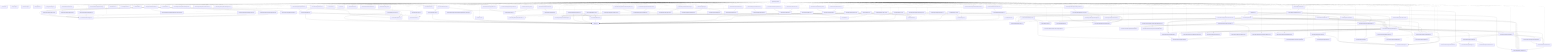
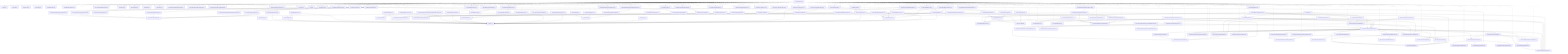
graph TD
  package__ankhorage_studio["@ankhorage/studio"]
  entrypoint_src_index_ts["src/index.ts"]
  package__ankhorage_studio --> entrypoint_src_index_ts
  module_knip_config_ts["knip.config.ts"]
  package__ankhorage_studio -.-> module_knip_config_ts
  module_paradox_config_ts["paradox.config.ts"]
  package__ankhorage_studio -.-> module_paradox_config_ts
  module_src_app_index_ts["src/app/index.ts"]
  package__ankhorage_studio -.-> module_src_app_index_ts
  module_src_app_StudioApp_tsx["src/app/StudioApp.tsx"]
  package__ankhorage_studio -.-> module_src_app_StudioApp_tsx
  module_src_app_StudioDashboard_tsx["src/app/StudioDashboard.tsx"]
  package__ankhorage_studio -.-> module_src_app_StudioDashboard_tsx
  module_src_app_StudioDashboard_tsx --> module_src_hooks_useProjects_ts
  module_src_app_StudioDashboard_tsx --> module_src_hooks_useTemplateSummaries_ts
  module_src_app_StudioDashboard_tsx --> module_src_modules_dashboard_platform_ts
  module_src_app_StudioDashboard_tsx --> module_src_modules_dashboard_search_ts
  module_src_app_StudioDashboard_tsx --> module_src_modules_dashboard_templates_ts
  module_src_app_StudioDashboard_tsx --> module_src_modules_dashboard_types_ts
  module_src_app_StudioDashboard_tsx --> module_src_modules_dashboard_ui_DashboardSectionHeader_tsx
  module_src_app_StudioDashboard_tsx --> module_src_modules_dashboard_ui_ProjectCard_tsx
  module_src_app_StudioDashboard_tsx --> module_src_modules_dashboard_ui_TemplateCard_tsx
  module_src_authFlowContract_test_ts["src/authFlowContract.test.ts"]
  package__ankhorage_studio -.-> module_src_authFlowContract_test_ts
  module_src_canvasDragModel_public_test_ts["src/canvasDragModel.public.test.ts"]
  package__ankhorage_studio -.-> module_src_canvasDragModel_public_test_ts
  module_src_canvasDragModel_public_test_ts --> module_src_canvasDragModel_ts
  module_src_canvasDragModel_public_test_ts --> module_src_canvasDropZones_ts
  module_src_canvasDragModel_test_ts["src/canvasDragModel.test.ts"]
  package__ankhorage_studio -.-> module_src_canvasDragModel_test_ts
  module_src_canvasDragModel_test_ts --> module_src_canvasDragModel_ts
  module_src_canvasDragModel_test_ts --> module_src_canvasDropZones_ts
  module_src_canvasDragModel_ts["src/canvasDragModel.ts"]
  package__ankhorage_studio -.-> module_src_canvasDragModel_ts
  module_src_canvasDragModel_ts --> module_src_canvasDropZones_ts
  module_src_canvasDragModel_ts --> module_src_index_ts
  module_src_canvasDropZones_test_ts["src/canvasDropZones.test.ts"]
  package__ankhorage_studio -.-> module_src_canvasDropZones_test_ts
  module_src_canvasDropZones_test_ts --> module_src_canvasDropZones_ts
  module_src_canvasDropZones_test_ts --> module_src_index_ts
  module_src_canvasDropZones_ts["src/canvasDropZones.ts"]
  package__ankhorage_studio -.-> module_src_canvasDropZones_ts
  module_src_canvasDropZones_ts --> module_src_index_ts
  module_src_cli_index_ts["src/cli/index.ts"]
  package__ankhorage_studio -.-> module_src_cli_index_ts
  module_src_cli_index_ts --> module_src_host_createStudioHost_ts
  module_src_cli_index_ts --> module_src_host_http_server_ts
  module_src_cli_index_ts --> module_src_host_templateRegistry_index_ts
  module_src_cli_index_ts --> module_src_host_utils_workspaceRoot_ts
  module_src_core_constants_ts["src/core/constants.ts"]
  package__ankhorage_studio -.-> module_src_core_constants_ts
  module_src_core_StudioContext_ts["src/core/StudioContext.ts"]
  package__ankhorage_studio -.-> module_src_core_StudioContext_ts
  module_src_core_StudioContext_ts --> module_src_index_ts
  module_src_core_studioPackageBoundary_ts["src/core/studioPackageBoundary.ts"]
  package__ankhorage_studio -.-> module_src_core_studioPackageBoundary_ts
  module_src_core_StudioProvider_ts["src/core/StudioProvider.ts"]
  package__ankhorage_studio -.-> module_src_core_StudioProvider_ts
  module_src_core_StudioProvider_ts --> module_src_core_StudioContext_ts
  module_src_core_StudioProvider_ts --> module_src_index_ts
  module_src_dnd_index_ts["src/dnd/index.ts"]
  package__ankhorage_studio -.-> module_src_dnd_index_ts
  module_src_dnd_primitives_ts["src/dnd/primitives.ts"]
  package__ankhorage_studio -.-> module_src_dnd_primitives_ts
  module_src_dnd_state_ts["src/dnd/state.ts"]
  package__ankhorage_studio -.-> module_src_dnd_state_ts
  module_src_hooks_useProjects_ts["src/hooks/useProjects.ts"]
  package__ankhorage_studio -.-> module_src_hooks_useProjects_ts
  module_src_hooks_useProjects_ts --> module_src_core_constants_ts
  module_src_hooks_useTemplateSummaries_ts["src/hooks/useTemplateSummaries.ts"]
  package__ankhorage_studio -.-> module_src_hooks_useTemplateSummaries_ts
  module_src_hooks_useTemplateSummaries_ts --> module_src_core_constants_ts
  module_src_hooks_useTemplateSummaries_ts --> module_src_modules_dashboard_types_ts
  module_src_host_createStudioHost_ts["src/host/createStudioHost.ts"]
  package__ankhorage_studio -.-> module_src_host_createStudioHost_ts
  module_src_host_createStudioHost_ts --> module_src_host_orchestrator_infraRuntime_ts
  module_src_host_createStudioHost_ts --> module_src_host_orchestrator_moduleManager_ts
  module_src_host_createStudioHost_ts --> module_src_host_orchestrator_projectManager_ts
  module_src_host_hostLifecycle_smoke_test_ts["src/host/hostLifecycle.smoke.test.ts"]
  package__ankhorage_studio -.-> module_src_host_hostLifecycle_smoke_test_ts
  module_src_host_hostLifecycle_smoke_test_ts --> module_src_host_orchestrator_moduleManager_ts
  module_src_host_hostLifecycle_smoke_test_ts --> module_src_host_orchestrator_projectManager_ts
  module_src_host_hostLifecycle_smoke_test_ts --> module_src_host_templateRegistry_index_ts
  module_src_host_hostOwnership_test_ts["src/host/hostOwnership.test.ts"]
  package__ankhorage_studio -.-> module_src_host_hostOwnership_test_ts
  module_src_host_hostOwnership_test_ts --> module_src_host_http_security_ts
  module_src_host_hostOwnership_test_ts --> module_src_host_orchestrator_projectPaths_ts
  module_src_host_hostOwnership_test_ts --> module_src_host_utils_workspaceRoot_ts
  module_src_host_http_secretRoutes_ts["src/host/http/secretRoutes.ts"]
  package__ankhorage_studio -.-> module_src_host_http_secretRoutes_ts
  module_src_host_http_secretRoutes_ts --> module_src_host_orchestrator_projectManager_ts
  module_src_host_http_secretRoutes_ts --> module_src_host_secrets_projectSecretService_ts
  module_src_host_http_security_ts["src/host/http/security.ts"]
  package__ankhorage_studio -.-> module_src_host_http_security_ts
  module_src_host_http_server_ts["src/host/http/server.ts"]
  package__ankhorage_studio -.-> module_src_host_http_server_ts
  module_src_host_http_server_ts --> module_src_host_http_security_ts
  module_src_host_http_server_ts --> module_src_host_orchestrator_infraRuntime_ts
  module_src_host_http_server_ts --> module_src_host_orchestrator_moduleManager_ts
  module_src_host_http_server_ts --> module_src_host_orchestrator_projectManager_ts
  module_src_host_http_server_ts --> module_src_host_orchestrator_resolveMutations_ts
  module_src_host_http_server_ts --> module_src_host_templateRegistry_index_ts
  module_src_host_http_server_ts --> module_src_host_utils_trimOutput_ts
  module_src_host_http_server_ts --> module_src_host_utils_workspaceRoot_ts
  module_src_host_http_serverWithSecrets_ts["src/host/http/serverWithSecrets.ts"]
  package__ankhorage_studio -.-> module_src_host_http_serverWithSecrets_ts
  module_src_host_http_serverWithSecrets_ts --> module_src_host_http_secretRoutes_ts
  module_src_host_http_serverWithSecrets_ts --> module_src_host_http_server_ts
  module_src_host_http_serverWithSecrets_ts --> module_src_host_orchestrator_moduleManager_ts
  module_src_host_http_serverWithSecrets_ts --> module_src_host_orchestrator_projectManager_ts
  module_src_host_http_serverWithSecrets_ts --> module_src_host_utils_workspaceRoot_ts
  module_src_host_http_standalone_ts["src/host/http/standalone.ts"]
  package__ankhorage_studio -.-> module_src_host_http_standalone_ts
  module_src_host_http_standalone_ts --> module_src_host_http_serverWithSecrets_ts
  module_src_host_index_ts["src/host/index.ts"]
  package__ankhorage_studio -.-> module_src_host_index_ts
  module_src_host_layout_auth_resolveAuthLayoutPlan_test_ts["src/host/layout/auth/resolveAuthLayoutPlan.test.ts"]
  package__ankhorage_studio -.-> module_src_host_layout_auth_resolveAuthLayoutPlan_test_ts
  module_src_host_layout_auth_resolveAuthLayoutPlan_test_ts --> module_src_host_layout_auth_resolveAuthLayoutPlan_ts
  module_src_host_layout_auth_resolveAuthLayoutPlan_ts["src/host/layout/auth/resolveAuthLayoutPlan.ts"]
  package__ankhorage_studio -.-> module_src_host_layout_auth_resolveAuthLayoutPlan_ts
  module_src_host_layout_layoutGenerator_ts["src/host/layout/layoutGenerator.ts"]
  package__ankhorage_studio -.-> module_src_host_layout_layoutGenerator_ts
  module_src_host_layout_layoutGenerator_ts --> module_src_host_layout_auth_resolveAuthLayoutPlan_ts
  module_src_host_layout_layoutGenerator_ts --> module_src_host_layout_templates_index_ts
  module_src_host_layout_layoutGenerator_ts --> module_src_host_modules_layout_ts
  module_src_host_layout_templates_auth_adapter_ts["src/host/layout/templates/auth/adapter.ts"]
  package__ankhorage_studio -.-> module_src_host_layout_templates_auth_adapter_ts
  module_src_host_layout_templates_auth_screen_ts["src/host/layout/templates/auth/screen.ts"]
  package__ankhorage_studio -.-> module_src_host_layout_templates_auth_screen_ts
  module_src_host_layout_templates_auth_screen_ts --> module_src_host_layout_templates_utils_routes_ts
  module_src_host_layout_templates_auth_screen_ts --> module_src_host_layout_templates_utils_strings_ts
  module_src_host_layout_templates_auth_screen_ts --> module_src_host_layout_utils_escapeStringLiteral_ts
  module_src_host_layout_templates_auth_session_ts["src/host/layout/templates/auth/session.ts"]
  package__ankhorage_studio -.-> module_src_host_layout_templates_auth_session_ts
  module_src_host_layout_templates_auth_signOut_ts["src/host/layout/templates/auth/signOut.ts"]
  package__ankhorage_studio -.-> module_src_host_layout_templates_auth_signOut_ts
  module_src_host_layout_templates_index_ts["src/host/layout/templates/index.ts"]
  package__ankhorage_studio -.-> module_src_host_layout_templates_index_ts
  module_src_host_layout_templates_navigation_ts["src/host/layout/templates/navigation.ts"]
  package__ankhorage_studio -.-> module_src_host_layout_templates_navigation_ts
  module_src_host_layout_templates_navigation_ts --> module_src_host_layout_utils_escapeStringLiteral_ts
  module_src_host_layout_templates_nestedLayout_ts["src/host/layout/templates/nestedLayout.ts"]
  package__ankhorage_studio -.-> module_src_host_layout_templates_nestedLayout_ts
  module_src_host_layout_templates_nestedLayout_ts --> module_src_host_layout_templates_navigation_ts
  module_src_host_layout_templates_nestedLayout_ts --> module_src_host_layout_templates_utils_strings_ts
  module_src_host_layout_templates_redirect_ts["src/host/layout/templates/redirect.ts"]
  package__ankhorage_studio -.-> module_src_host_layout_templates_redirect_ts
  module_src_host_layout_templates_redirect_ts --> module_src_host_layout_utils_escapeStringLiteral_ts
  module_src_host_layout_templates_rootLayout_test_ts["src/host/layout/templates/rootLayout.test.ts"]
  package__ankhorage_studio -.-> module_src_host_layout_templates_rootLayout_test_ts
  module_src_host_layout_templates_rootLayout_test_ts --> module_src_host_layout_templates_rootLayout_ts
  module_src_host_layout_templates_rootLayout_ts["src/host/layout/templates/rootLayout.ts"]
  package__ankhorage_studio -.-> module_src_host_layout_templates_rootLayout_ts
  module_src_host_layout_templates_rootLayout_ts --> module_src_host_layout_templates_navigation_ts
  module_src_host_layout_templates_rootLayout_ts --> module_src_host_layout_templates_utils_routes_ts
  module_src_host_layout_templates_rootLayout_ts --> module_src_host_layout_utils_escapeStringLiteral_ts
  module_src_host_layout_templates_rootLayout_ts --> module_src_host_modules_layout_ts
  module_src_host_layout_templates_screen_ts["src/host/layout/templates/screen.ts"]
  package__ankhorage_studio -.-> module_src_host_layout_templates_screen_ts
  module_src_host_layout_templates_screen_ts --> module_src_host_layout_templates_utils_strings_ts
  module_src_host_layout_templates_screen_ts --> module_src_host_layout_utils_escapeStringLiteral_ts
  module_src_host_layout_templates_utils_routes_ts["src/host/layout/templates/utils/routes.ts"]
  package__ankhorage_studio -.-> module_src_host_layout_templates_utils_routes_ts
  module_src_host_layout_templates_utils_strings_ts["src/host/layout/templates/utils/strings.ts"]
  package__ankhorage_studio -.-> module_src_host_layout_templates_utils_strings_ts
  module_src_host_layout_utils_escapeStringLiteral_ts["src/host/layout/utils/escapeStringLiteral.ts"]
  package__ankhorage_studio -.-> module_src_host_layout_utils_escapeStringLiteral_ts
  module_src_host_manifestSystem_auth_index_ts["src/host/manifestSystem/auth/index.ts"]
  package__ankhorage_studio -.-> module_src_host_manifestSystem_auth_index_ts
  module_src_host_manifestSystem_auth_shared_global_auth_system_tpl_ts["src/host/manifestSystem/auth/shared/global.auth.system.tpl.ts"]
  package__ankhorage_studio -.-> module_src_host_manifestSystem_auth_shared_global_auth_system_tpl_ts
  module_src_host_manifestSystem_auth_shared_index_ts["src/host/manifestSystem/auth/shared/index.ts"]
  package__ankhorage_studio -.-> module_src_host_manifestSystem_auth_shared_index_ts
  module_src_host_manifestSystem_auth_shared_index_ts --> module_src_host_manifestSystem_auth_shared_global_auth_system_tpl_ts
  module_src_host_manifestSystem_auth_shared_index_ts --> module_src_host_manifestSystem_types_ts
  module_src_host_manifestSystem_index_ts["src/host/manifestSystem/index.ts"]
  package__ankhorage_studio -.-> module_src_host_manifestSystem_index_ts
  module_src_host_manifestSystem_index_ts --> module_src_host_manifestSystem_auth_index_ts
  module_src_host_manifestSystem_index_ts --> module_src_host_manifestSystem_types_ts
  module_src_host_manifestSystem_index_ts --> module_src_host_utils_requirementsInference_ts
  module_src_host_manifestSystem_types_ts["src/host/manifestSystem/types.ts"]
  package__ankhorage_studio -.-> module_src_host_manifestSystem_types_ts
  module_src_host_modules_catalog_ts["src/host/modules/catalog.ts"]
  package__ankhorage_studio -.-> module_src_host_modules_catalog_ts
  module_src_host_modules_catalog_ts --> module_src_host_modules_layout_ts
  module_src_host_modules_layout_ts["src/host/modules/layout.ts"]
  package__ankhorage_studio -.-> module_src_host_modules_layout_ts
  module_src_host_modules_runtime_LocalFsTargetAdapter_ts["src/host/modules/runtime/LocalFsTargetAdapter.ts"]
  package__ankhorage_studio -.-> module_src_host_modules_runtime_LocalFsTargetAdapter_ts
  module_src_host_orchestrator_generatedAppFiles_ts["src/host/orchestrator/generatedAppFiles.ts"]
  package__ankhorage_studio -.-> module_src_host_orchestrator_generatedAppFiles_ts
  module_src_host_orchestrator_generatedAppFiles_ts --> module_src_host_zoraExtensions_index_ts
  module_src_host_orchestrator_generatedRouteCleanup_ts["src/host/orchestrator/generatedRouteCleanup.ts"]
  package__ankhorage_studio -.-> module_src_host_orchestrator_generatedRouteCleanup_ts
  module_src_host_orchestrator_infraGenerator_ts["src/host/orchestrator/infraGenerator.ts"]
  package__ankhorage_studio -.-> module_src_host_orchestrator_infraGenerator_ts
  module_src_host_orchestrator_infraGenerator_ts --> module_src_host_orchestrator_infraValidation_ts
  module_src_host_orchestrator_infraRuntime_ts["src/host/orchestrator/infraRuntime.ts"]
  package__ankhorage_studio -.-> module_src_host_orchestrator_infraRuntime_ts
  module_src_host_orchestrator_infraRuntime_ts --> module_src_host_orchestrator_projectPaths_ts
  module_src_host_orchestrator_infraValidation_ts["src/host/orchestrator/infraValidation.ts"]
  package__ankhorage_studio -.-> module_src_host_orchestrator_infraValidation_ts
  module_src_host_orchestrator_moduleManager_ts["src/host/orchestrator/moduleManager.ts"]
  package__ankhorage_studio -.-> module_src_host_orchestrator_moduleManager_ts
  module_src_host_orchestrator_moduleManager_ts --> module_src_host_modules_catalog_ts
  module_src_host_orchestrator_moduleManager_ts --> module_src_host_modules_runtime_LocalFsTargetAdapter_ts
  module_src_host_orchestrator_moduleManager_ts --> module_src_host_orchestrator_projectManager_ts
  module_src_host_orchestrator_moduleManager_ts --> module_src_host_orchestrator_resolveMutations_ts
  module_src_host_orchestrator_projectDeletion_ts["src/host/orchestrator/projectDeletion.ts"]
  package__ankhorage_studio -.-> module_src_host_orchestrator_projectDeletion_ts
  module_src_host_orchestrator_projectManager_ts["src/host/orchestrator/projectManager.ts"]
  package__ankhorage_studio -.-> module_src_host_orchestrator_projectManager_ts
  module_src_host_orchestrator_projectManager_ts --> module_src_host_layout_layoutGenerator_ts
  module_src_host_orchestrator_projectManager_ts --> module_src_host_manifestSystem_index_ts
  module_src_host_orchestrator_projectManager_ts --> module_src_host_modules_layout_ts
  module_src_host_orchestrator_projectManager_ts --> module_src_host_orchestrator_generatedRouteCleanup_ts
  module_src_host_orchestrator_projectManager_ts --> module_src_host_orchestrator_infraGenerator_ts
  module_src_host_orchestrator_projectManager_ts --> module_src_host_orchestrator_infraRuntime_ts
  module_src_host_orchestrator_projectManager_ts --> module_src_host_orchestrator_projectDeletion_ts
  module_src_host_orchestrator_projectManager_ts --> module_src_host_orchestrator_projectPaths_ts
  module_src_host_orchestrator_projectManager_ts --> module_src_host_orchestrator_projectStore_ts
  module_src_host_orchestrator_projectManager_ts --> module_src_host_orchestrator_resolveMutations_ts
  module_src_host_orchestrator_projectManager_ts --> module_src_host_orchestrator_scaffolder_ts
  module_src_host_orchestrator_projectManager_ts --> module_src_host_orchestrator_templates_ts
  module_src_host_orchestrator_projectManager_ts --> module_src_host_orchestrator_workspaceRuntime_ts
  module_src_host_orchestrator_projectManager_ts --> module_src_host_templateRegistry_index_ts
  module_src_host_orchestrator_projectManager_ts --> module_src_host_zoraExtensions_index_ts
  module_src_host_orchestrator_projectPaths_ts["src/host/orchestrator/projectPaths.ts"]
  package__ankhorage_studio -.-> module_src_host_orchestrator_projectPaths_ts
  module_src_host_orchestrator_projectStore_ts["src/host/orchestrator/projectStore.ts"]
  package__ankhorage_studio -.-> module_src_host_orchestrator_projectStore_ts
  module_src_host_orchestrator_projectStore_ts --> module_src_host_orchestrator_projectPaths_ts
  module_src_host_orchestrator_resolveMutations_ts["src/host/orchestrator/resolveMutations.ts"]
  package__ankhorage_studio -.-> module_src_host_orchestrator_resolveMutations_ts
  module_src_host_orchestrator_resolveMutations_ts --> module_src_host_modules_catalog_ts
  module_src_host_orchestrator_resolveMutations_ts --> module_src_host_modules_layout_ts
  module_src_host_orchestrator_scaffolder_ts["src/host/orchestrator/scaffolder.ts"]
  package__ankhorage_studio -.-> module_src_host_orchestrator_scaffolder_ts
  module_src_host_orchestrator_scaffolder_ts --> module_src_host_manifestSystem_index_ts
  module_src_host_orchestrator_scaffolder_ts --> module_src_host_orchestrator_generatedAppFiles_ts
  module_src_host_orchestrator_scaffolder_ts --> module_src_host_orchestrator_templates_ts
  module_src_host_orchestrator_scaffolder_ts --> module_src_host_templateRegistry_index_ts
  module_src_host_orchestrator_scaffolder_ts --> module_src_host_zoraExtensions_index_ts
  module_src_host_orchestrator_templates_ts["src/host/orchestrator/templates.ts"]
  package__ankhorage_studio -.-> module_src_host_orchestrator_templates_ts
  module_src_host_orchestrator_workspaceRuntime_ts["src/host/orchestrator/workspaceRuntime.ts"]
  package__ankhorage_studio -.-> module_src_host_orchestrator_workspaceRuntime_ts
  module_src_host_secrets_bunSupabaseVaultClient_ts["src/host/secrets/bunSupabaseVaultClient.ts"]
  package__ankhorage_studio -.-> module_src_host_secrets_bunSupabaseVaultClient_ts
  module_src_host_secrets_projectSecretService_test_ts["src/host/secrets/projectSecretService.test.ts"]
  package__ankhorage_studio -.-> module_src_host_secrets_projectSecretService_test_ts
  module_src_host_secrets_projectSecretService_test_ts --> module_src_host_secrets_projectSecretService_ts
  module_src_host_secrets_projectSecretService_ts["src/host/secrets/projectSecretService.ts"]
  package__ankhorage_studio -.-> module_src_host_secrets_projectSecretService_ts
  module_src_host_secrets_projectSecretService_ts --> module_src_host_orchestrator_projectManager_ts
  module_src_host_secrets_projectSecretService_ts --> module_src_host_orchestrator_projectPaths_ts
  module_src_host_secrets_projectSecretService_ts --> module_src_host_secrets_bunSupabaseVaultClient_ts
  module_src_host_secrets_projectSecretService_ts --> module_src_host_secrets_resolveProjectSecretDatabaseUrl_ts
  module_src_host_secrets_resolveProjectSecretDatabaseUrl_test_ts["src/host/secrets/resolveProjectSecretDatabaseUrl.test.ts"]
  package__ankhorage_studio -.-> module_src_host_secrets_resolveProjectSecretDatabaseUrl_test_ts
  module_src_host_secrets_resolveProjectSecretDatabaseUrl_test_ts --> module_src_host_secrets_resolveProjectSecretDatabaseUrl_ts
  module_src_host_secrets_resolveProjectSecretDatabaseUrl_ts["src/host/secrets/resolveProjectSecretDatabaseUrl.ts"]
  package__ankhorage_studio -.-> module_src_host_secrets_resolveProjectSecretDatabaseUrl_ts
  module_src_host_templateRegistry_index_ts["src/host/templateRegistry/index.ts"]
  package__ankhorage_studio -.-> module_src_host_templateRegistry_index_ts
  module_src_host_utils_requirementsInference_ts["src/host/utils/requirementsInference.ts"]
  package__ankhorage_studio -.-> module_src_host_utils_requirementsInference_ts
  module_src_host_utils_trimOutput_ts["src/host/utils/trimOutput.ts"]
  package__ankhorage_studio -.-> module_src_host_utils_trimOutput_ts
  module_src_host_utils_workspaceRoot_ts["src/host/utils/workspaceRoot.ts"]
  package__ankhorage_studio -.-> module_src_host_utils_workspaceRoot_ts
  module_src_host_zoraExtensions_index_ts["src/host/zoraExtensions/index.ts"]
  package__ankhorage_studio -.-> module_src_host_zoraExtensions_index_ts
  module_src_host_zoraExtensions_index_ts --> module_src_host_templateRegistry_index_ts
  module_src_index_test_ts["src/index.test.ts"]
  package__ankhorage_studio -.-> module_src_index_test_ts
  module_src_index_test_ts --> module_src_index_ts
  module_src_index_ts["src/index.ts"]
  module_src_insertModalModel_public_test_ts["src/insertModalModel.public.test.ts"]
  package__ankhorage_studio -.-> module_src_insertModalModel_public_test_ts
  module_src_insertModalModel_public_test_ts --> module_src_index_ts
  module_src_insertModalModel_public_test_ts --> module_src_insertModalModel_ts
  module_src_insertModalModel_test_ts["src/insertModalModel.test.ts"]
  package__ankhorage_studio -.-> module_src_insertModalModel_test_ts
  module_src_insertModalModel_test_ts --> module_src_index_ts
  module_src_insertModalModel_test_ts --> module_src_insertModalModel_ts
  module_src_insertModalModel_ts["src/insertModalModel.ts"]
  package__ankhorage_studio -.-> module_src_insertModalModel_ts
  module_src_insertModalModel_ts --> module_src_index_ts
  module_src_localizationConfig_public_test_ts["src/localizationConfig.public.test.ts"]
  package__ankhorage_studio -.-> module_src_localizationConfig_public_test_ts
  module_src_localizationConfig_public_test_ts --> module_src_localizationConfig_ts
  module_src_localizationConfig_test_ts["src/localizationConfig.test.ts"]
  package__ankhorage_studio -.-> module_src_localizationConfig_test_ts
  module_src_localizationConfig_test_ts --> module_src_localizationConfig_ts
  module_src_localizationConfig_ts["src/localizationConfig.ts"]
  package__ankhorage_studio -.-> module_src_localizationConfig_ts
  module_src_localizationPanelModel_test_ts["src/localizationPanelModel.test.ts"]
  package__ankhorage_studio -.-> module_src_localizationPanelModel_test_ts
  module_src_localizationPanelModel_test_ts --> module_src_localizationPanelModel_ts
  module_src_localizationPanelModel_ts["src/localizationPanelModel.ts"]
  package__ankhorage_studio -.-> module_src_localizationPanelModel_ts
  module_src_manifestNavigatorPreviewModel_public_test_ts["src/manifestNavigatorPreviewModel.public.test.ts"]
  package__ankhorage_studio -.-> module_src_manifestNavigatorPreviewModel_public_test_ts
  module_src_manifestNavigatorPreviewModel_public_test_ts --> module_src_manifestNavigatorPreviewModel_ts
  module_src_manifestNavigatorPreviewModel_test_ts["src/manifestNavigatorPreviewModel.test.ts"]
  package__ankhorage_studio -.-> module_src_manifestNavigatorPreviewModel_test_ts
  module_src_manifestNavigatorPreviewModel_test_ts --> module_src_manifestNavigatorPreviewModel_ts
  module_src_manifestNavigatorPreviewModel_ts["src/manifestNavigatorPreviewModel.ts"]
  package__ankhorage_studio -.-> module_src_manifestNavigatorPreviewModel_ts
  module_src_manifestNavigatorPreviewModel_ts --> module_src_routeUtils_ts
  module_src_manifestState_public_test_ts["src/manifestState.public.test.ts"]
  package__ankhorage_studio -.-> module_src_manifestState_public_test_ts
  module_src_manifestState_public_test_ts --> module_src_index_ts
  module_src_manifestState_public_test_ts --> module_src_manifestState_ts
  module_src_manifestState_routes_test_ts["src/manifestState.routes.test.ts"]
  package__ankhorage_studio -.-> module_src_manifestState_routes_test_ts
  module_src_manifestState_routes_test_ts --> module_src_index_ts
  module_src_manifestState_routes_test_ts --> module_src_manifestState_ts
  module_src_manifestState_test_ts["src/manifestState.test.ts"]
  package__ankhorage_studio -.-> module_src_manifestState_test_ts
  module_src_manifestState_test_ts --> module_src_index_ts
  module_src_manifestState_test_ts --> module_src_manifestState_ts
  module_src_manifestState_ts["src/manifestState.ts"]
  package__ankhorage_studio -.-> module_src_manifestState_ts
  module_src_manifestState_ts --> module_src_index_ts
  module_src_manifestSync_test_ts["src/manifestSync.test.ts"]
  package__ankhorage_studio -.-> module_src_manifestSync_test_ts
  module_src_manifestSync_test_ts --> module_src_index_ts
  module_src_manifestSync_test_ts --> module_src_manifestSync_ts
  module_src_manifestSync_ts["src/manifestSync.ts"]
  package__ankhorage_studio -.-> module_src_manifestSync_ts
  module_src_manifestSync_ts --> module_src_index_ts
  module_src_modules_dashboard_platform_ts["src/modules/dashboard/platform.ts"]
  package__ankhorage_studio -.-> module_src_modules_dashboard_platform_ts
  module_src_modules_dashboard_search_ts["src/modules/dashboard/search.ts"]
  package__ankhorage_studio -.-> module_src_modules_dashboard_search_ts
  module_src_modules_dashboard_search_ts --> module_src_modules_dashboard_types_ts
  module_src_modules_dashboard_templates_ts["src/modules/dashboard/templates.ts"]
  package__ankhorage_studio -.-> module_src_modules_dashboard_templates_ts
  module_src_modules_dashboard_templates_ts --> module_src_modules_dashboard_types_ts
  module_src_modules_dashboard_types_ts["src/modules/dashboard/types.ts"]
  package__ankhorage_studio -.-> module_src_modules_dashboard_types_ts
  module_src_modules_dashboard_ui_DashboardSectionHeader_tsx["src/modules/dashboard/ui/DashboardSectionHeader.tsx"]
  package__ankhorage_studio -.-> module_src_modules_dashboard_ui_DashboardSectionHeader_tsx
  module_src_modules_dashboard_ui_ProjectCard_tsx["src/modules/dashboard/ui/ProjectCard.tsx"]
  package__ankhorage_studio -.-> module_src_modules_dashboard_ui_ProjectCard_tsx
  module_src_modules_dashboard_ui_ProjectCard_tsx --> module_src_modules_dashboard_types_ts
  module_src_modules_dashboard_ui_TemplateCard_tsx["src/modules/dashboard/ui/TemplateCard.tsx"]
  package__ankhorage_studio -.-> module_src_modules_dashboard_ui_TemplateCard_tsx
  module_src_modules_dashboard_ui_TemplateCard_tsx --> module_src_modules_dashboard_types_ts
+   module_src_projectSecretApi_test_ts["src/projectSecretApi.test.ts"]
+   package__ankhorage_studio -.-> module_src_projectSecretApi_test_ts
+   module_src_projectSecretApi_test_ts --> module_src_projectSecretApi_ts
+   module_src_projectSecretApi_ts["src/projectSecretApi.ts"]
+   package__ankhorage_studio -.-> module_src_projectSecretApi_ts
+   module_src_projectSecretApi_ts --> module_src_core_constants_ts
  module_src_root_test_ts["src/root.test.ts"]
  package__ankhorage_studio -.-> module_src_root_test_ts
  module_src_root_ts["src/root.ts"]
  package__ankhorage_studio -.-> module_src_root_ts
  module_src_routeUtils_public_test_ts["src/routeUtils.public.test.ts"]
  package__ankhorage_studio -.-> module_src_routeUtils_public_test_ts
  module_src_routeUtils_public_test_ts --> module_src_routeUtils_ts
  module_src_routeUtils_test_ts["src/routeUtils.test.ts"]
  package__ankhorage_studio -.-> module_src_routeUtils_test_ts
  module_src_routeUtils_test_ts --> module_src_routeUtils_ts
  module_src_routeUtils_ts["src/routeUtils.ts"]
  package__ankhorage_studio -.-> module_src_routeUtils_ts
  module_src_runtime_actionSuppression_ts["src/runtime/actionSuppression.ts"]
  package__ankhorage_studio -.-> module_src_runtime_actionSuppression_ts
  module_src_runtime_appExtensionRegistry_ts["src/runtime/appExtensionRegistry.ts"]
  package__ankhorage_studio -.-> module_src_runtime_appExtensionRegistry_ts
  module_src_runtime_index_ts["src/runtime/index.ts"]
  package__ankhorage_studio -.-> module_src_runtime_index_ts
  module_src_runtime_localizationPreview_ts["src/runtime/localizationPreview.ts"]
  package__ankhorage_studio -.-> module_src_runtime_localizationPreview_ts
  module_src_runtime_overlay_test_ts["src/runtime/overlay.test.ts"]
  package__ankhorage_studio -.-> module_src_runtime_overlay_test_ts
  module_src_runtime_previewRegistry_ts["src/runtime/previewRegistry.ts"]
  package__ankhorage_studio -.-> module_src_runtime_previewRegistry_ts
  module_src_runtime_previewRuntimeConfig_ts["src/runtime/previewRuntimeConfig.ts"]
  package__ankhorage_studio -.-> module_src_runtime_previewRuntimeConfig_ts
  module_src_runtime_previewRuntimeConfig_ts --> module_src_runtime_actionSuppression_ts
  module_src_runtime_previewRuntimeConfig_ts --> module_src_runtime_previewRegistry_ts
  module_src_runtime_registry_tsx["src/runtime/registry.tsx"]
  package__ankhorage_studio -.-> module_src_runtime_registry_tsx
  module_src_runtime_registry_tsx --> module_src_runtime_appExtensionRegistry_ts
  module_src_runtime_runtimeActions_ts["src/runtime/runtimeActions.ts"]
  package__ankhorage_studio -.-> module_src_runtime_runtimeActions_ts
  module_src_runtime_useRuntimeAction_ts["src/runtime/useRuntimeAction.ts"]
  package__ankhorage_studio -.-> module_src_runtime_useRuntimeAction_ts
  module_src_runtime_useRuntimeAction_ts --> module_src_runtime_runtimeActions_ts
  module_src_runtimeDiagnosticsModel_test_ts["src/runtimeDiagnosticsModel.test.ts"]
  package__ankhorage_studio -.-> module_src_runtimeDiagnosticsModel_test_ts
  module_src_runtimeDiagnosticsModel_test_ts --> module_src_runtimeDiagnosticsModel_ts
  module_src_runtimeDiagnosticsModel_ts["src/runtimeDiagnosticsModel.ts"]
  package__ankhorage_studio -.-> module_src_runtimeDiagnosticsModel_ts
  module_src_runtimeLocalization_public_test_ts["src/runtimeLocalization.public.test.ts"]
  package__ankhorage_studio -.-> module_src_runtimeLocalization_public_test_ts
  module_src_runtimeLocalization_public_test_ts --> module_src_runtimeLocalization_ts
  module_src_runtimeLocalization_test_ts["src/runtimeLocalization.test.ts"]
  package__ankhorage_studio -.-> module_src_runtimeLocalization_test_ts
  module_src_runtimeLocalization_test_ts --> module_src_runtimeLocalization_ts
  module_src_runtimeLocalization_ts["src/runtimeLocalization.ts"]
  package__ankhorage_studio -.-> module_src_runtimeLocalization_ts
  module_src_studioAdminRouteModel_test_ts["src/studioAdminRouteModel.test.ts"]
  package__ankhorage_studio -.-> module_src_studioAdminRouteModel_test_ts
  module_src_studioAdminRouteModel_test_ts --> module_src_studioAdminRouteModel_ts
  module_src_studioAdminRouteModel_ts["src/studioAdminRouteModel.ts"]
  package__ankhorage_studio -.-> module_src_studioAdminRouteModel_ts
  module_src_studioAdminRouteModel_ts --> module_src_index_ts
  module_src_studioSelectionModel_knip_test_ts["src/studioSelectionModel.knip.test.ts"]
  package__ankhorage_studio -.-> module_src_studioSelectionModel_knip_test_ts
  module_src_studioSelectionModel_knip_test_ts --> module_src_studioSelectionModel_ts
  module_src_studioSelectionModel_test_ts["src/studioSelectionModel.test.ts"]
  package__ankhorage_studio -.-> module_src_studioSelectionModel_test_ts
  module_src_studioSelectionModel_test_ts --> module_src_studioSelectionModel_ts
  module_src_studioSelectionModel_ts["src/studioSelectionModel.ts"]
  package__ankhorage_studio -.-> module_src_studioSelectionModel_ts
  module_src_ui_AnkhStudio_ts["src/ui/AnkhStudio.ts"]
  package__ankhorage_studio -.-> module_src_ui_AnkhStudio_ts
  module_src_ui_AnkhStudio_ts --> module_src_core_StudioContext_ts
+   module_src_ui_StudioAdminOverlay_tsx["src/ui/StudioAdminOverlay.tsx"]
+   package__ankhorage_studio -.-> module_src_ui_StudioAdminOverlay_tsx
+   module_src_ui_StudioAdminOverlay_tsx --> module_src_projectSecretApi_ts
  module_src_ui_useStudioAppBarAugmentation_ts["src/ui/useStudioAppBarAugmentation.ts"]
  package__ankhorage_studio -.-> module_src_ui_useStudioAppBarAugmentation_ts
+   module_src_ui_useStudioAppBarAugmentation_ts --> module_src_core_StudioContext_ts
+   module_src_ui_useStudioAppBarAugmentation_ts --> module_src_ui_StudioAdminOverlay_tsx
  module_src_utils_treeUtils_ts["src/utils/treeUtils.ts"]
  package__ankhorage_studio -.-> module_src_utils_treeUtils_ts
  module_src_utils_treeUtils_ts --> module_src_index_ts
